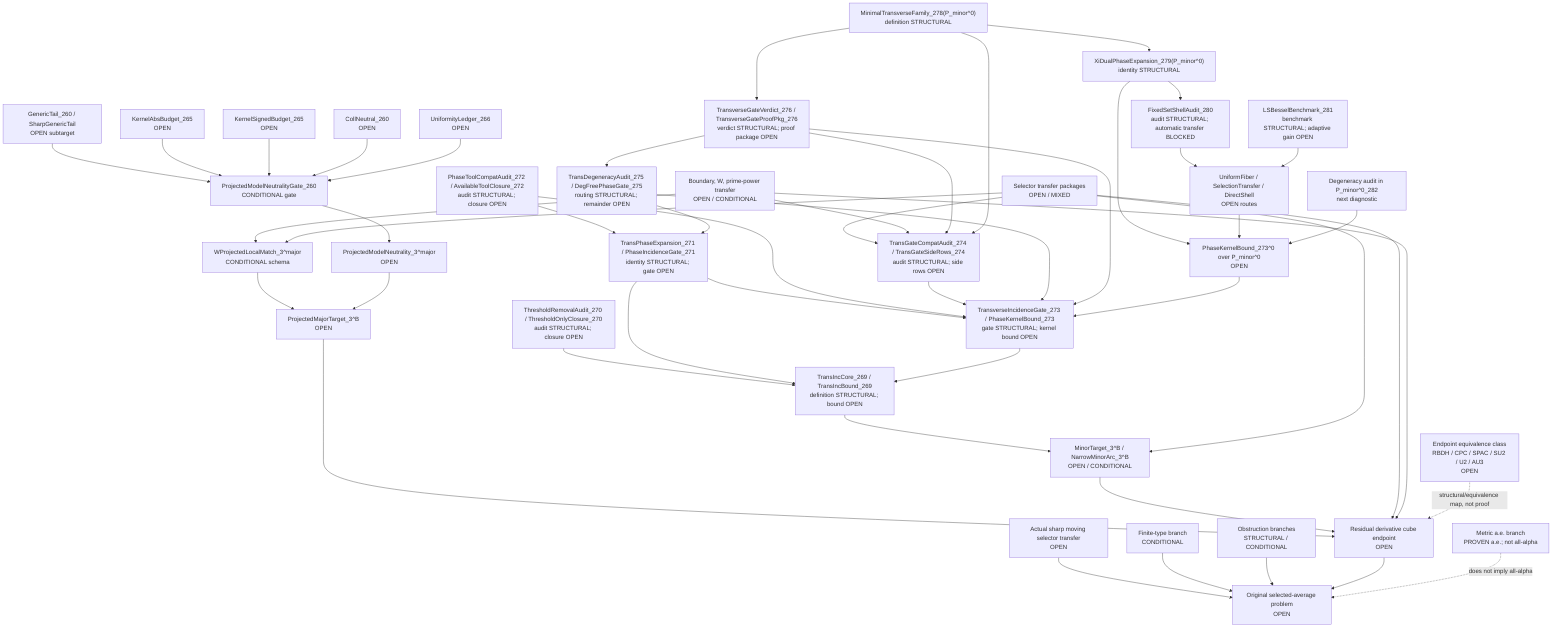
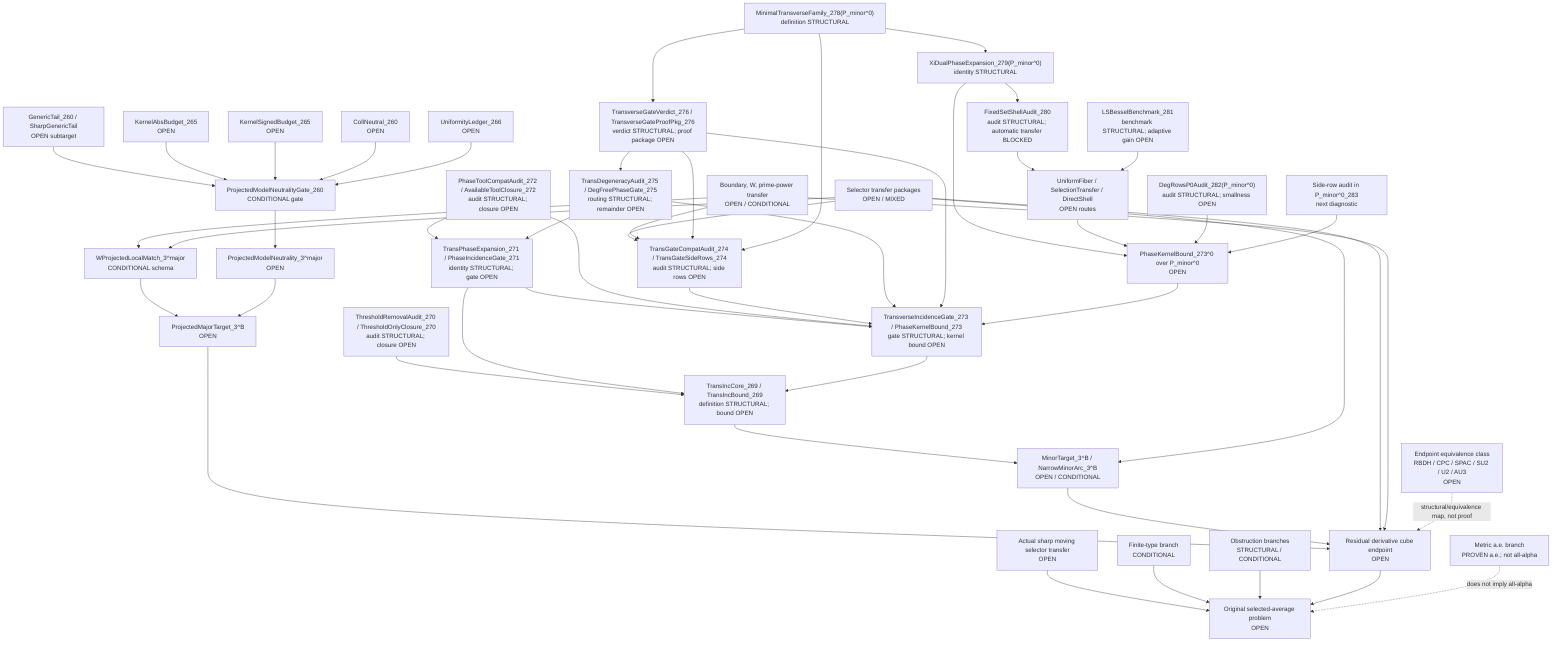
flowchart TD
  Original["Original selected-average problem<br/>OPEN"]
  SharpSel["Actual sharp moving selector transfer<br/>OPEN"]
  FiniteType["Finite-type branch<br/>CONDITIONAL"]
  Metric["Metric a.e. branch<br/>PROVEN a.e.; not all-alpha"]
  Obstruction["Obstruction branches<br/>STRUCTURAL / CONDITIONAL"]

  ResCube["Residual derivative cube endpoint<br/>OPEN"]
  MajorTarget["ProjectedMajorTarget_3^B<br/>OPEN"]
  MinorTarget["MinorTarget_3^B / NarrowMinorArc_3^B<br/>OPEN / CONDITIONAL"]
  TransInc["TransIncCore_269 / TransIncBound_269<br/>definition STRUCTURAL; bound OPEN"]
  ThresholdAudit["ThresholdRemovalAudit_270 / ThresholdOnlyClosure_270<br/>audit STRUCTURAL; closure OPEN"]
  PhaseExpansion["TransPhaseExpansion_271 / PhaseIncidenceGate_271<br/>identity STRUCTURAL; gate OPEN"]
  ToolCompat["PhaseToolCompatAudit_272 / AvailableToolClosure_272<br/>audit STRUCTURAL; closure OPEN"]
  TransGate["TransverseIncidenceGate_273 / PhaseKernelBound_273<br/>gate STRUCTURAL; kernel bound OPEN"]
  TransGateCompat["TransGateCompatAudit_274 / TransGateSideRows_274<br/>audit STRUCTURAL; side rows OPEN"]
  DegAudit["TransDegeneracyAudit_275 / DegFreePhaseGate_275<br/>routing STRUCTURAL; remainder OPEN"]
  TransVerdict["TransverseGateVerdict_276 / TransverseGateProofPkg_276<br/>verdict STRUCTURAL; proof package OPEN"]
  MinTransFamily["MinimalTransverseFamily_278(P_minor^0)<br/>definition STRUCTURAL"]
  XiExpansion["XiDualPhaseExpansion_279(P_minor^0)<br/>identity STRUCTURAL"]
  FixedShellAudit["FixedSetShellAudit_280<br/>audit STRUCTURAL; automatic transfer BLOCKED"]
  FixedShellTransfer["UniformFiber / SelectionTransfer / DirectShell<br/>OPEN routes"]
  LSBesselBench["LSBesselBenchmark_281<br/>benchmark STRUCTURAL; adaptive gain OPEN"]
-   DegRowsP0["Degeneracy audit in P_minor^0_282<br/>next diagnostic"]
+   DegRowsP0["DegRowsP0Audit_282(P_minor^0)<br/>audit STRUCTURAL; smallness OPEN"]
+   SideRowsP0["Side-row audit in P_minor^0_283<br/>next diagnostic"]
  PhaseKernel0["PhaseKernelBound_273^0 over P_minor^0<br/>OPEN"]
  SelectorTransfer["Selector transfer packages<br/>OPEN / MIXED"]
  BoundaryTransfer["Boundary, W, prime-power transfer<br/>OPEN / CONDITIONAL"]

  WLocal["WProjectedLocalMatch_3^major<br/>CONDITIONAL schema"]
  ModelNeutral["ProjectedModelNeutrality_3^major<br/>OPEN"]
  PMNGate["ProjectedModelNeutralityGate_260<br/>CONDITIONAL gate"]
  GenericTail["GenericTail_260 / SharpGenericTail<br/>OPEN subtarget"]
  KernelAbs["KernelAbsBudget_265<br/>OPEN"]
  KernelSigned["KernelSignedBudget_265<br/>OPEN"]
  CollNeutral["CollNeutral_260<br/>OPEN"]
  Uniformity["UniformityLedger_266<br/>OPEN"]

  EndpointClass["Endpoint equivalence class<br/>RBDH / CPC / SPAC / SU2 / U2 / AU3<br/>OPEN"]

  SharpSel --> Original
  FiniteType --> Original
  Obstruction --> Original
  ResCube --> Original
  Metric -. "does not imply all-alpha" .-> Original

  MajorTarget --> ResCube
  MinorTarget --> ResCube
  TransInc --> MinorTarget
  ThresholdAudit --> TransInc
  PhaseExpansion --> TransInc
  ToolCompat --> PhaseExpansion
  TransGate --> TransInc
  PhaseExpansion --> TransGate
  ToolCompat --> TransGate
  TransGateCompat --> TransGate
  SelectorTransfer --> TransGateCompat
  BoundaryTransfer --> TransGateCompat
  DegAudit --> TransGate
  DegAudit --> PhaseExpansion
  TransVerdict --> TransGate
  TransVerdict --> TransGateCompat
  TransVerdict --> DegAudit
  PhaseKernel0 --> TransGate
  MinTransFamily --> XiExpansion
  XiExpansion --> PhaseKernel0
  XiExpansion --> FixedShellAudit
  FixedShellAudit --> FixedShellTransfer
  FixedShellTransfer --> PhaseKernel0
  LSBesselBench --> FixedShellTransfer
  DegRowsP0 --> PhaseKernel0
+   SideRowsP0 --> PhaseKernel0
  MinTransFamily --> TransGateCompat
  MinTransFamily --> TransVerdict
  SelectorTransfer --> ResCube
  BoundaryTransfer --> ResCube
  EndpointClass -. "structural/equivalence map, not proof" .-> ResCube

  WLocal --> MajorTarget
  ModelNeutral --> MajorTarget

  PMNGate --> ModelNeutral
  GenericTail --> PMNGate
  KernelAbs --> PMNGate
  KernelSigned --> PMNGate
  CollNeutral --> PMNGate
  Uniformity --> PMNGate

  BoundaryTransfer --> WLocal
  SelectorTransfer --> WLocal
  SelectorTransfer --> MinorTarget
